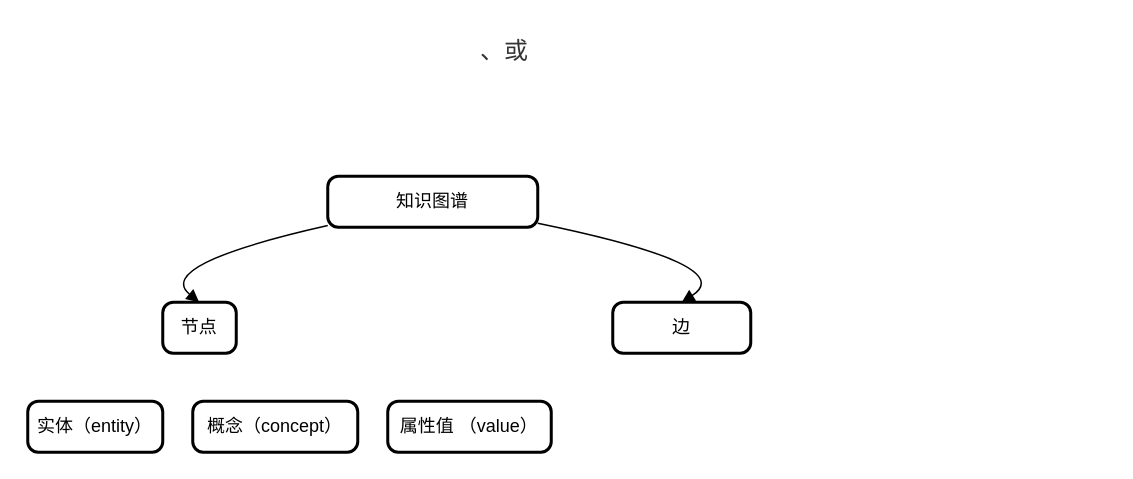
Above: 未命名绘图.drawio in DN20011219/pic_home (draw.io), before the change. Source tidied: cells renumbered, new cells numbered last; positions are measured from the earlier drawing's top-left corner, leaving out a move shared by most shapes. Both pictures are drawn from the tidied source at 150%, with x=0, y=0 at pixel (27, 26).
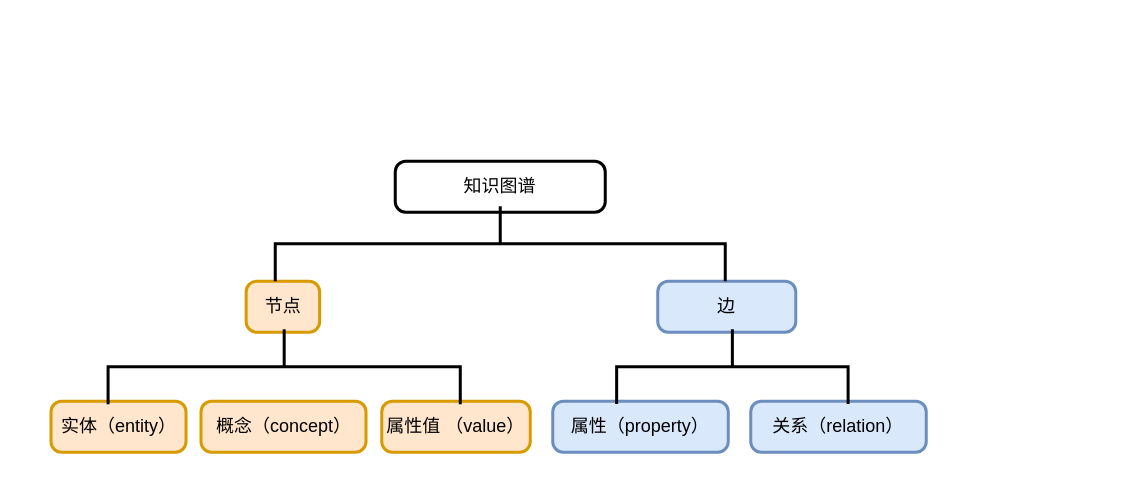
The same page after the edit.

Commit message (it also covers changes not shown here):
更新未命名绘图.drawio

Change to the diagram source:
```diff
@@
 <mxGraphModel>
   <root>
     <mxCell id="0" />
     <mxCell id="1" parent="0" />
     <mxCell id="2" value="知识图谱" style="rounded=1;absoluteArcSize=1;arcSize=14;whiteSpace=wrap;strokeWidth=2;" parent="1" vertex="1">
-      <mxGeometry x="200" y="100" width="140" height="34" as="geometry" />
+      <mxGeometry x="245" y="90" width="140" height="34" as="geometry" />
     </mxCell>
-    <mxCell id="3" value="节点" style="rounded=1;absoluteArcSize=1;arcSize=14;whiteSpace=wrap;strokeWidth=2;" parent="1" vertex="1">
-      <mxGeometry x="90" y="184" width="49" height="34" as="geometry" />
+    <mxCell id="3" value="节点" style="rounded=1;absoluteArcSize=1;arcSize=14;whiteSpace=wrap;strokeWidth=2;fillColor=#ffe6cc;strokeColor=#d79b00;" parent="1" vertex="1">
+      <mxGeometry x="145.6" y="170" width="49" height="34" as="geometry" />
     </mxCell>
-    <mxCell id="4" value="边" style="rounded=1;absoluteArcSize=1;arcSize=14;whiteSpace=wrap;strokeWidth=2;" parent="1" vertex="1">
-      <mxGeometry x="390" y="184" width="92" height="34" as="geometry" />
+    <mxCell id="4" value="边" style="rounded=1;absoluteArcSize=1;arcSize=14;whiteSpace=wrap;strokeWidth=2;fillColor=#dae8fc;strokeColor=#6c8ebf;" parent="1" vertex="1">
+      <mxGeometry x="420" y="170" width="92" height="34" as="geometry" />
     </mxCell>
-    <mxCell id="5" style="curved=1;startArrow=none;endArrow=block;exitX=0.0011160714285714285;exitY=0.9657096441432815;entryX=0.4955357142857143;entryY=0;" parent="1" edge="1" source="2" target="3">
-      <mxGeometry relative="1" as="geometry">
-        <Array as="points">
-          <mxPoint x="84" y="159" />
-        </Array>
-      </mxGeometry>
-    </mxCell>
-    <mxCell id="6" style="curved=1;startArrow=none;endArrow=block;exitX=1.0028459821428573;exitY=0.9221352504451239;entryX=0.5;entryY=0;entryDx=0;entryDy=0;" parent="1" edge="1" source="2" target="4">
-      <mxGeometry relative="1" as="geometry">
-        <Array as="points">
-          <mxPoint x="475" y="159" />
-        </Array>
-      </mxGeometry>
-    </mxCell>
-    <mxCell id="7" value="&lt;span style=&quot;color: rgb(51, 51, 51); font-family: &amp;quot;PingFang SC&amp;quot;, &amp;quot;Microsoft YaHei&amp;quot;; font-size: 16px; font-style: normal; font-variant-ligatures: normal; font-variant-caps: normal; font-weight: 400; letter-spacing: normal; orphans: 2; text-align: justify; text-indent: 0px; text-transform: none; widows: 2; word-spacing: 0px; -webkit-text-stroke-width: 0px; white-space: normal; background-color: rgb(255, 255, 255); text-decoration-thickness: initial; text-decoration-style: initial; text-decoration-color: initial; display: inline !important; float: none;&quot;&gt;、或&lt;/span&gt;" style="text;whiteSpace=wrap;html=1;" parent="1" vertex="1">
-      <mxGeometry x="300" width="420" height="40" as="geometry" />
-    </mxCell>
-    <mxCell id="8" value="实体（entity）" style="rounded=1;absoluteArcSize=1;arcSize=14;whiteSpace=wrap;strokeWidth=2;" parent="1" vertex="1">
-      <mxGeometry y="250" width="90" height="34" as="geometry" />
+    <mxCell id="8" value="实体（entity）" style="rounded=1;absoluteArcSize=1;arcSize=14;whiteSpace=wrap;strokeWidth=2;fillColor=#ffe6cc;strokeColor=#d79b00;" parent="1" vertex="1">
+      <mxGeometry x="15.5" y="250" width="90" height="34" as="geometry" />
     </mxCell>
-    <mxCell id="9" value="概念（concept）" style="rounded=1;absoluteArcSize=1;arcSize=14;whiteSpace=wrap;strokeWidth=2;" parent="1" vertex="1">
-      <mxGeometry x="110" y="250" width="110" height="34" as="geometry" />
+    <mxCell id="9" value="概念（concept）" style="rounded=1;absoluteArcSize=1;arcSize=14;whiteSpace=wrap;strokeWidth=2;fillColor=#ffe6cc;strokeColor=#d79b00;" parent="1" vertex="1">
+      <mxGeometry x="115.5" y="250" width="110" height="34" as="geometry" />
     </mxCell>
-    <mxCell id="10" value="属性值 （value）" style="rounded=1;absoluteArcSize=1;arcSize=14;whiteSpace=wrap;strokeWidth=2;" parent="1" vertex="1">
-      <mxGeometry x="240" y="250" width="109" height="34" as="geometry" />
+    <mxCell id="10" value="属性值 （value）" style="rounded=1;absoluteArcSize=1;arcSize=14;whiteSpace=wrap;strokeWidth=2;fillColor=#ffe6cc;strokeColor=#d79b00;" parent="1" vertex="1">
+      <mxGeometry x="236" y="250" width="99" height="34" as="geometry" />
     </mxCell>
+    <mxCell id="11" value="属性（property）" style="rounded=1;absoluteArcSize=1;arcSize=14;whiteSpace=wrap;strokeWidth=2;fillColor=#dae8fc;strokeColor=#6c8ebf;" parent="1" vertex="1">
+      <mxGeometry x="350" y="250" width="117" height="34" as="geometry" />
+    </mxCell>
+    <mxCell id="12" value="关系（relation）" style="rounded=1;absoluteArcSize=1;arcSize=14;whiteSpace=wrap;strokeWidth=2;fillColor=#dae8fc;strokeColor=#6c8ebf;" parent="1" vertex="1">
+      <mxGeometry x="482" y="250" width="117" height="34" as="geometry" />
+    </mxCell>
+    <mxCell id="13" style="strokeWidth=2;html=1;shape=mxgraph.flowchart.annotation_2;align=left;labelPosition=right;rotation=90;" parent="1" vertex="1">
+      <mxGeometry x="290" y="-5" width="50" height="300" as="geometry" />
+    </mxCell>
+    <mxCell id="14" style="strokeWidth=2;html=1;shape=mxgraph.flowchart.annotation_2;align=left;labelPosition=right;rotation=90;" parent="1" vertex="1">
+      <mxGeometry x="146" y="109.6" width="49.9" height="234.8" as="geometry" />
+    </mxCell>
+    <mxCell id="15" style="strokeWidth=2;html=1;shape=mxgraph.flowchart.annotation_2;align=left;labelPosition=right;rotation=90;" parent="1" vertex="1">
+      <mxGeometry x="444.8" y="149.8" width="49.9" height="154.3" as="geometry" />
+    </mxCell>
   </root>
 </mxGraphModel>
```
